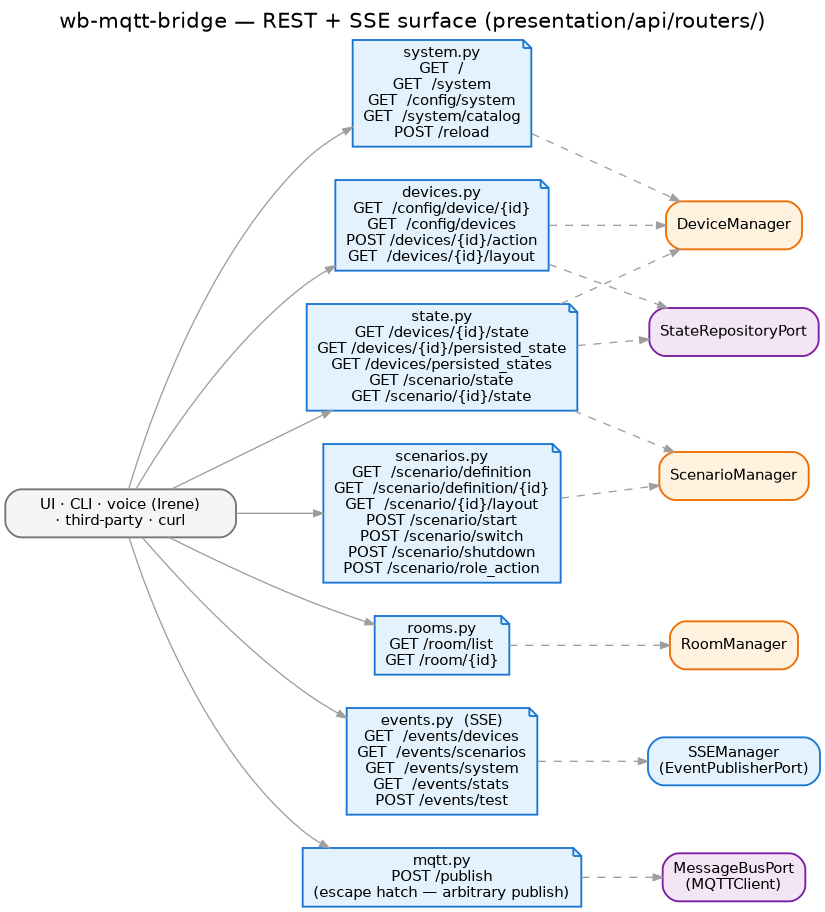
Above: docs/images/rest-surface.png in droman42/wb-mqtt-bridge (Graphviz), before the change. Its source is kept beside it as docs/images/rest-surface.dot. Source of this version:
```dot
digraph rest_surface {
  rankdir=LR;
  bgcolor="white";
  splines=spline;
  nodesep=0.35; ranksep=0.7;
  fontname="Helvetica"; labelloc=t; fontsize=16;
  label="wb-mqtt-bridge — REST + SSE surface (presentation/api/routers/)";

  node [fontname="Helvetica", fontsize=11, shape=box, style="filled,rounded", penwidth=1.4];
  edge [fontname="Helvetica", fontsize=9, color="#9e9e9e", arrowsize=0.7];

  client [label="UI · CLI · voice (Irene)\n· third-party · curl",
          fillcolor="#f5f5f5", color="#757575", shape=box, width=2.4];

  system [shape=note, fillcolor="#e3f2fd", color="#1976d2",
          label="system.py\nGET  /\nGET  /system\nGET  /config/system\nGET  /system/catalog\nPOST /reload"];

  devices [shape=note, fillcolor="#e3f2fd", color="#1976d2",
           label="devices.py\nGET  /config/device/{id}\nGET  /config/devices\nPOST /devices/{id}/action\nGET  /devices/{id}/layout"];

  scenarios [shape=note, fillcolor="#e3f2fd", color="#1976d2",
             label="scenarios.py\nGET  /scenario/definition\nGET  /scenario/definition/{id}\nGET  /scenario/{id}/layout\nPOST /scenario/start\nPOST /scenario/switch\nPOST /scenario/shutdown\nPOST /scenario/role_action"];

  rooms [shape=note, fillcolor="#e3f2fd", color="#1976d2",
         label="rooms.py\nGET /room/list\nGET /room/{id}"];

  state [shape=note, fillcolor="#e3f2fd", color="#1976d2",
         label="state.py\nGET /devices/{id}/state\nGET /devices/{id}/persisted_state\nGET /devices/persisted_states\nGET /scenario/state\nGET /scenario/{id}/state"];

  events [shape=note, fillcolor="#e3f2fd", color="#1976d2",
          label="events.py  (SSE)\nGET  /events/devices\nGET  /events/scenarios\nGET  /events/system\nGET  /events/stats\nPOST /events/test"];

  mqtt [shape=note, fillcolor="#e3f2fd", color="#1976d2",
        label="mqtt.py\nPOST /publish\n(escape hatch — arbitrary publish)"];

  devmgr   [label="DeviceManager", fillcolor="#fff3e0", color="#ef6c00"];
  scnmgr   [label="ScenarioManager", fillcolor="#fff3e0", color="#ef6c00"];
  roommgr  [label="RoomManager", fillcolor="#fff3e0", color="#ef6c00"];
  store    [label="StateRepositoryPort", fillcolor="#f3e5f5", color="#7b1fa2"];
  ssemgr   [label="SSEManager\n(EventPublisherPort)", fillcolor="#e3f2fd", color="#1976d2"];
  mqttcli  [label="MessageBusPort\n(MQTTClient)", fillcolor="#f3e5f5", color="#7b1fa2"];

  client -> system;
  client -> devices;
  client -> scenarios;
  client -> rooms;
  client -> state;
  client -> events;
  client -> mqtt;

  system   -> devmgr     [style=dashed];
  devices  -> devmgr     [style=dashed];
  devices  -> store      [style=dashed];
  scenarios -> scnmgr    [style=dashed];
  rooms    -> roommgr    [style=dashed];
  state    -> devmgr     [style=dashed];
  state    -> scnmgr     [style=dashed];
  state    -> store      [style=dashed];
  events   -> ssemgr     [style=dashed];
  mqtt     -> mqttcli    [style=dashed];

  {rank=same; system; devices; scenarios; rooms; state; events; mqtt}
  {rank=sink; devmgr; scnmgr; roommgr; store; ssemgr; mqttcli}
}
```
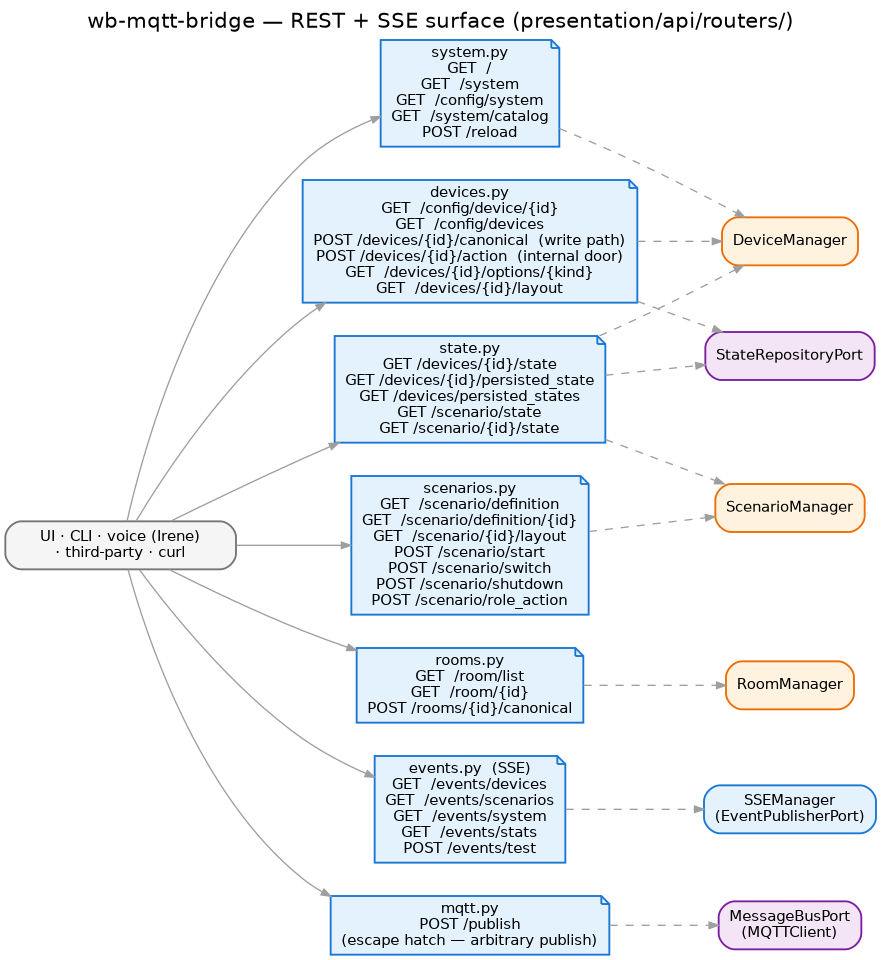
Later version of the same file.

Commit message:
REL-4: regenerate the 2 stale diagrams (canonical-first write path)

The edit, as a diff of the source:
```diff
@@ -16,13 +16,13 @@
           label="system.py\nGET  /\nGET  /system\nGET  /config/system\nGET  /system/catalog\nPOST /reload"];
 
   devices [shape=note, fillcolor="#e3f2fd", color="#1976d2",
-           label="devices.py\nGET  /config/device/{id}\nGET  /config/devices\nPOST /devices/{id}/action\nGET  /devices/{id}/layout"];
+           label="devices.py\nGET  /config/device/{id}\nGET  /config/devices\nPOST /devices/{id}/canonical  (write path)\nPOST /devices/{id}/action  (internal door)\nGET  /devices/{id}/options/{kind}\nGET  /devices/{id}/layout"];
 
   scenarios [shape=note, fillcolor="#e3f2fd", color="#1976d2",
              label="scenarios.py\nGET  /scenario/definition\nGET  /scenario/definition/{id}\nGET  /scenario/{id}/layout\nPOST /scenario/start\nPOST /scenario/switch\nPOST /scenario/shutdown\nPOST /scenario/role_action"];
 
   rooms [shape=note, fillcolor="#e3f2fd", color="#1976d2",
-         label="rooms.py\nGET /room/list\nGET /room/{id}"];
+         label="rooms.py\nGET  /room/list\nGET  /room/{id}\nPOST /rooms/{id}/canonical"];
 
   state [shape=note, fillcolor="#e3f2fd", color="#1976d2",
          label="state.py\nGET /devices/{id}/state\nGET /devices/{id}/persisted_state\nGET /devices/persisted_states\nGET /scenario/state\nGET /scenario/{id}/state"];
```
